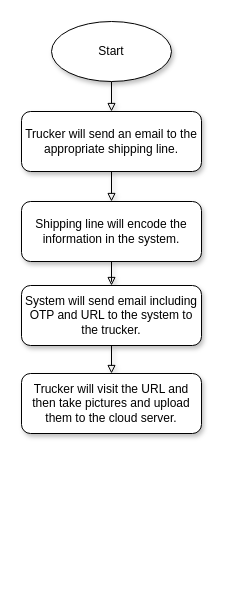
Earlier version of the draw.io diagram Untitled Diagram.drawio (dev20220810/bright-light-ventures-ph-documentation). Source tidied: cells renumbered, new cells numbered last; positions are measured from the earlier drawing's top-left corner, leaving out a move shared by most shapes. Both pictures are drawn from the tidied source at 100%, with x=0, y=0 at pixel (21, 21).
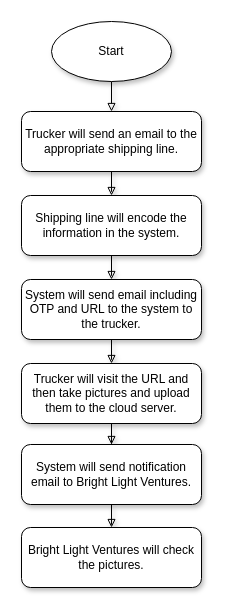
The same page after the edit.

What changed in the source:
```diff
@@
 <mxGraphModel>
   <root>
     <mxCell id="0" />
     <mxCell id="1" parent="0" />
     <mxCell id="2" style="edgeStyle=orthogonalEdgeStyle;rounded=0;jettySize=auto;html=1;endArrow=block;endFill=0;shadow=1;" parent="1" edge="1" source="3" target="5">
       <mxGeometry relative="1" as="geometry" />
     </mxCell>
     <mxCell id="3" value="Start" style="ellipse;whiteSpace=wrap;html=1;shadow=1;" parent="1" vertex="1">
       <mxGeometry x="30" width="120" height="60" as="geometry" />
     </mxCell>
     <mxCell id="4" style="edgeStyle=orthogonalEdgeStyle;rounded=0;jettySize=auto;html=1;entryX=0.5;entryY=0;entryDx=0;entryDy=0;endArrow=block;endFill=0;shadow=1;" parent="1" edge="1" source="5" target="7">
       <mxGeometry relative="1" as="geometry" />
     </mxCell>
     <mxCell id="5" value="Trucker will send an email to the appropriate shipping line." style="whiteSpace=wrap;html=1;rounded=1;shadow=1;glass=0;sketch=0;" parent="1" vertex="1">
       <mxGeometry y="90" width="180" height="60" as="geometry" />
     </mxCell>
     <mxCell id="6" style="edgeStyle=orthogonalEdgeStyle;rounded=0;jettySize=auto;html=1;entryX=0.5;entryY=0;entryDx=0;entryDy=0;endArrow=block;endFill=0;shadow=1;" parent="1" edge="1" source="7" target="9">
       <mxGeometry relative="1" as="geometry" />
     </mxCell>
     <mxCell id="7" value="Shipping line will encode the information in the system." style="whiteSpace=wrap;html=1;shadow=1;rounded=1;" parent="1" vertex="1">
-      <mxGeometry y="180" width="180" height="60" as="geometry" />
+      <mxGeometry y="174" width="180" height="60" as="geometry" />
     </mxCell>
     <mxCell id="8" style="edgeStyle=orthogonalEdgeStyle;rounded=0;jettySize=auto;html=1;entryX=0.5;entryY=0;entryDx=0;entryDy=0;endArrow=block;endFill=0;shadow=1;" parent="1" edge="1" source="9" target="10">
       <mxGeometry relative="1" as="geometry" />
     </mxCell>
     <mxCell id="9" value="System will send email including OTP and URL to the system to the trucker." style="whiteSpace=wrap;html=1;shadow=1;rounded=1;" parent="1" vertex="1">
-      <mxGeometry y="264" width="180" height="60" as="geometry" />
+      <mxGeometry y="258" width="180" height="60" as="geometry" />
     </mxCell>
+    <mxCell id="11" style="edgeStyle=orthogonalEdgeStyle;rounded=0;jettySize=auto;html=1;entryX=0.5;entryY=0;entryDx=0;entryDy=0;shadow=1;endArrow=block;endFill=0;" parent="1" edge="1" source="10" target="13">
+      <mxGeometry relative="1" as="geometry" />
+    </mxCell>
     <mxCell id="10" value="Trucker will visit the URL and then take pictures and upload them to the cloud server." style="whiteSpace=wrap;html=1;shadow=1;rounded=1;" parent="1" vertex="1">
-      <mxGeometry y="352" width="180" height="60" as="geometry" />
+      <mxGeometry y="342" width="180" height="60" as="geometry" />
     </mxCell>
+    <mxCell id="12" style="edgeStyle=orthogonalEdgeStyle;rounded=0;jettySize=auto;html=1;entryX=0.5;entryY=0;entryDx=0;entryDy=0;shadow=1;endArrow=block;endFill=0;" parent="1" edge="1" source="13" target="14">
+      <mxGeometry relative="1" as="geometry" />
+    </mxCell>
+    <mxCell id="13" value="System will send notification email to Bright Light Ventures." style="whiteSpace=wrap;html=1;shadow=1;rounded=1;" parent="1" vertex="1">
+      <mxGeometry y="423" width="180" height="60" as="geometry" />
+    </mxCell>
+    <mxCell id="14" value="Bright Light Ventures will check the pictures." style="whiteSpace=wrap;html=1;shadow=1;rounded=1;" parent="1" vertex="1">
+      <mxGeometry y="506" width="180" height="60" as="geometry" />
+    </mxCell>
   </root>
 </mxGraphModel>
```
